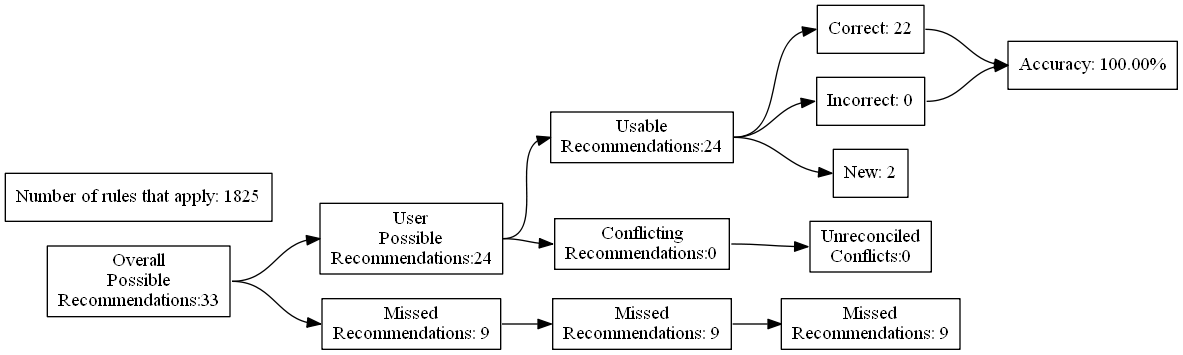
The Graphviz diagram test_renders/56.gv.png in ZaxR/ibd_diet_analysis, before a commit. Its source is kept beside it as test_renders/56.gv.
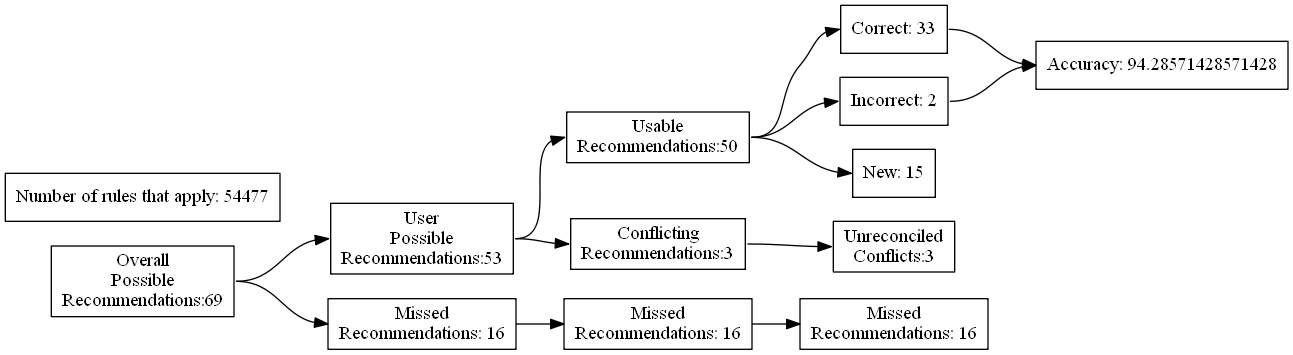
Above is the later version.

Change to the diagram source:
```diff
@@ -4,27 +4,27 @@
 	edge [headport=w tailport=e]
 		A [label="Overall
 Possible
-Recommendations:33"]
+Recommendations:69"]
 		B [label="User
 Possible
-Recommendations:24"]
+Recommendations:53"]
 		C [label="Missed
-Recommendations: 9"]
+Recommendations: 16"]
 		D [label="Usable
-Recommendations:24"]
+Recommendations:50"]
 		E [label="Conflicting
-Recommendations:0"]
+Recommendations:3"]
 		J [label="Missed
-Recommendations: 9"]
+Recommendations: 16"]
 		M [label="Unreconciled
-Conflicts:0"]
-		F [label="Correct: 22"]
-		G [label="Incorrect: 0"]
-		H [label="New: 2"]
+Conflicts:3"]
+		F [label="Correct: 33"]
+		G [label="Incorrect: 2"]
+		H [label="New: 15"]
 		K [label="Missed
-Recommendations: 9"]
-		I [label="Accuracy: 100.00%"]
-		l [label="Number of rules that apply: 1825"]
+Recommendations: 16"]
+		I [label="Accuracy: 94.28571428571428"]
+		l [label="Number of rules that apply: 54477"]
 			A -> B
 			A -> C
 			B -> D
```
